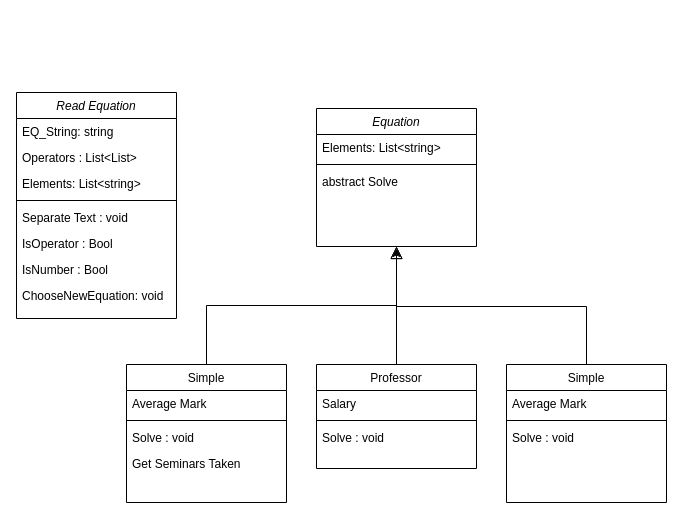
Before: final/Final Project.drawio in jeremyb18/cse210-projects, a draw.io diagram. Source tidied: cells renumbered, new cells numbered last; positions are measured from the earlier drawing's top-left corner, leaving out a move shared by most shapes. Both pictures are drawn from the tidied source at 100%, with x=0, y=0 at pixel (16, 92).
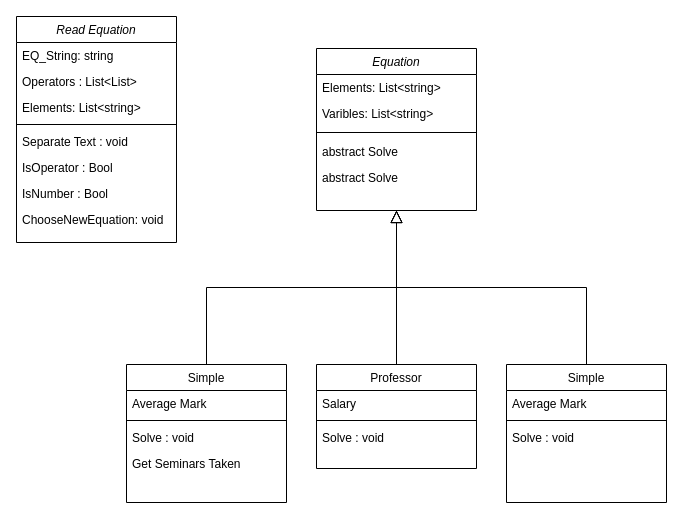
Above is the later version.

Unchanged cells that the change refers to:
```xml
<mxCell id="6" value="Simple" style="swimlane;fontStyle=0;align=center;verticalAlign=top;horizontal=1;startSize=26;rounded=0;shadow=0;strokeWidth=1;" parent="1" vertex="1">
  <mxGeometry x="110" y="272" width="160" height="138" as="geometry" />
</mxCell>
<mxCell id="12" value="Professor" style="swimlane;fontStyle=0;align=center;verticalAlign=top;horizontal=1;startSize=26;rounded=0;shadow=0;strokeWidth=1;" parent="1" vertex="1">
  <mxGeometry x="300" y="272" width="160" height="104" as="geometry" />
</mxCell>
<mxCell id="27" value="Simple" style="swimlane;fontStyle=0;align=center;verticalAlign=top;horizontal=1;startSize=26;rounded=0;shadow=0;strokeWidth=1;" parent="1" vertex="1">
  <mxGeometry x="490" y="272" width="160" height="138" as="geometry" />
</mxCell>
```

The edit, as a diff of the source:
```diff
@@
     <mxCell id="2" value="Equation" style="swimlane;fontStyle=2;align=center;verticalAlign=top;horizontal=1;startSize=26;rounded=0;shadow=0;strokeWidth=1;" parent="1" vertex="1">
-      <mxGeometry x="300" y="16" width="160" height="138" as="geometry" />
+      <mxGeometry x="300" y="-44" width="160" height="162" as="geometry" />
     </mxCell>
@@
+    <mxCell id="31" value="Varibles: List&lt;string&gt;" style="text;align=left;verticalAlign=top;spacingLeft=4;spacingRight=4;overflow=hidden;" parent="2" vertex="1">
+      <mxGeometry y="52" width="160" height="26" as="geometry" />
+    </mxCell>
     <mxCell id="4" style="line;html=1;strokeWidth=1;align=left;verticalAlign=middle;spacingTop=-1;spacingLeft=3;spacingRight=3;labelPosition=right;" parent="2" vertex="1">
-      <mxGeometry y="52" width="160" height="8" as="geometry" />
+      <mxGeometry y="78" width="160" height="12" as="geometry" />
     </mxCell>
+    <mxCell id="32" value="abstract Solve" style="text;align=left;verticalAlign=top;spacingLeft=4;spacingRight=4;overflow=hidden;" parent="2" vertex="1">
+      <mxGeometry y="90" width="160" height="26" as="geometry" />
+    </mxCell>
     <mxCell id="5" value="abstract Solve" style="text;align=left;verticalAlign=top;spacingLeft=4;spacingRight=4;overflow=hidden;" parent="2" vertex="1">
-      <mxGeometry y="60" width="160" height="26" as="geometry" />
+      <mxGeometry y="116" width="160" height="26" as="geometry" />
     </mxCell>
@@
-    <mxCell id="11" style="endArrow=block;endSize=10;endFill=0;shadow=0;strokeWidth=1;rounded=0;edgeStyle=elbowEdgeStyle;elbow=vertical;" parent="1" edge="1" source="6" target="2">
+    <mxCell id="11" style="endArrow=block;endSize=10;endFill=0;shadow=0;strokeWidth=1;rounded=0;edgeStyle=elbowEdgeStyle;elbow=vertical;entryX=0.5;entryY=1;entryDx=0;entryDy=0;" parent="1" edge="1" source="6" target="2">
       <mxGeometry relative="1" as="geometry" />
     </mxCell>
@@
-    <mxCell id="16" style="endArrow=block;endSize=10;endFill=0;shadow=0;strokeWidth=1;rounded=0;edgeStyle=elbowEdgeStyle;elbow=vertical;" parent="1" edge="1" source="12" target="2">
-      <mxGeometry relative="1" as="geometry" />
-    </mxCell>
     <mxCell id="17" value="Read Equation" style="swimlane;fontStyle=2;align=center;verticalAlign=top;horizontal=1;startSize=26;rounded=0;shadow=0;strokeWidth=1;" parent="1" vertex="1">
-      <mxGeometry width="160" height="226" as="geometry" />
+      <mxGeometry y="-76" width="160" height="226" as="geometry" />
     </mxCell>
@@
-    <mxCell id="26" style="edgeStyle=orthogonalEdgeStyle;rounded=0;jettySize=auto;html=1;" parent="1" edge="1" source="27">
-      <mxGeometry relative="1" as="geometry">
-        <mxPoint x="380" y="156" as="targetPoint" />
-        <Array as="points">
-          <mxPoint x="570" y="214" />
-          <mxPoint x="380" y="214" />
-          <mxPoint x="380" y="156" />
-        </Array>
-      </mxGeometry>
-    </mxCell>
@@
+    <mxCell id="16" style="endArrow=block;endSize=10;endFill=0;shadow=0;strokeWidth=1;rounded=0;edgeStyle=elbowEdgeStyle;elbow=vertical;entryX=0.5;entryY=1;entryDx=0;entryDy=0;exitX=0.5;exitY=0;exitDx=0;exitDy=0;" parent="1" edge="1" source="12" target="2">
+      <mxGeometry relative="1" as="geometry" />
+    </mxCell>
+    <mxCell id="33" style="endArrow=block;endSize=10;endFill=0;shadow=0;strokeWidth=1;rounded=0;edgeStyle=elbowEdgeStyle;elbow=vertical;entryX=0.5;entryY=1;entryDx=0;entryDy=0;exitX=0.5;exitY=0;exitDx=0;exitDy=0;" parent="1" edge="1" source="27" target="2">
+      <mxGeometry relative="1" as="geometry" />
+    </mxCell>
```
